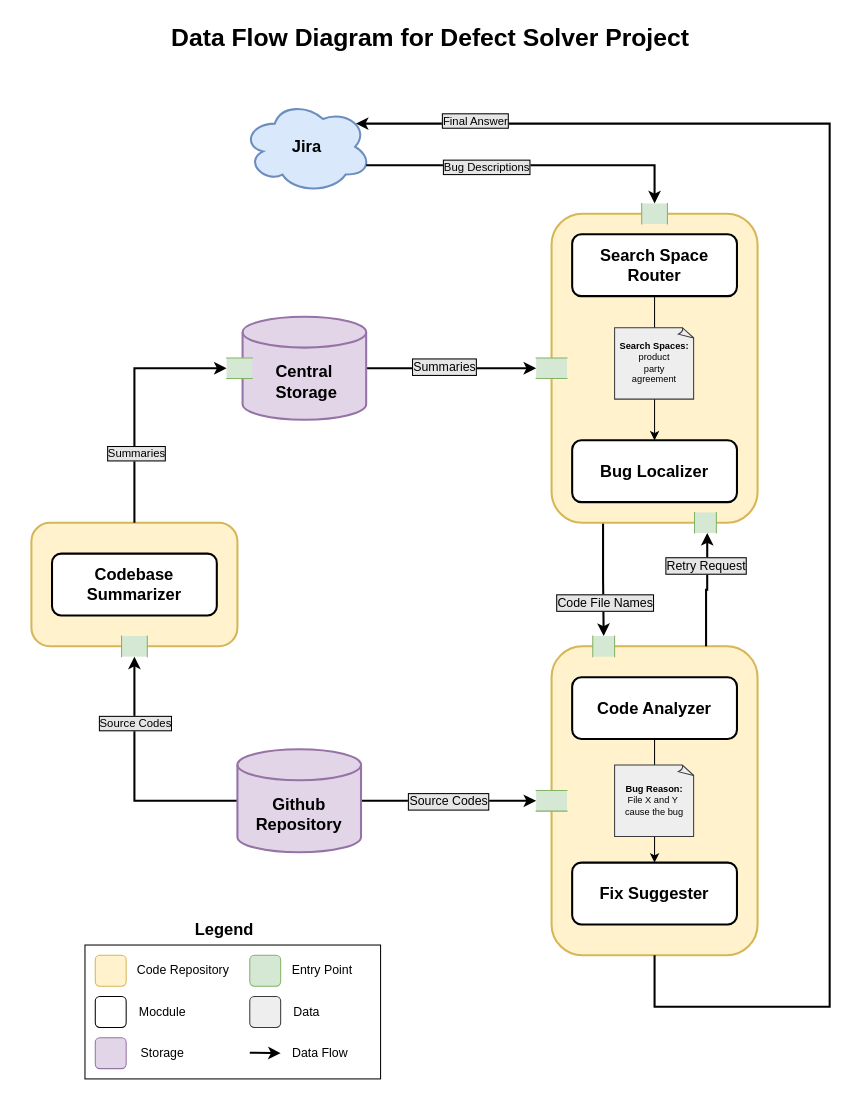
This is page "high-level" (1 of 2) of docs/drawio_diagrams/high-level.drawio from lokumai/defect-solver-guide, a draw.io file, before an edit. Source tidied: cells renumbered, new cells numbered last; positions are measured from the earlier drawing's top-left corner, leaving out a move shared by most shapes. Both pictures are drawn from the tidied source at 103%, with x=0, y=0 at pixel (31, 18).
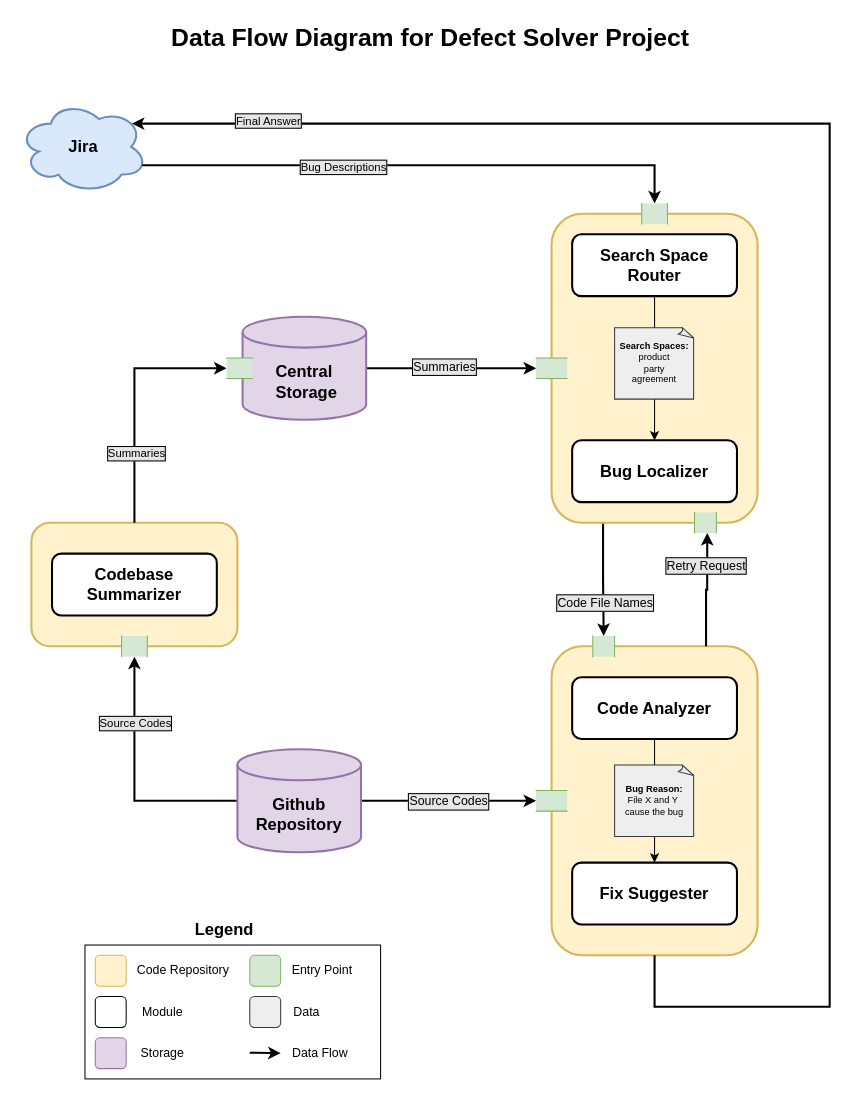
The same page after the edit.

Commit message (it also covers changes not shown here):
feat(docs): add new architecture diagram for MCP integration

What changed in the source:
```diff
@@
     <mxCell id="17" value="Jira" style="ellipse;shape=cloud;whiteSpace=wrap;html=1;fontStyle=1;fontSize=16;fillColor=#dae8fc;strokeColor=#6c8ebf;strokeWidth=2;" parent="1" vertex="1">
-      <mxGeometry x="205" y="80" width="125" height="90" as="geometry" />
+      <mxGeometry x="-12.5" y="80" width="125" height="90" as="geometry" />
     </mxCell>
@@
-    <mxCell id="37" value="Mocdule" style="text;html=1;align=center;verticalAlign=middle;strokeColor=none;fillColor=none;" parent="1" vertex="1">
-      <mxGeometry x="92" y="950" width="70" height="30" as="geometry" />
+    <mxCell id="37" value="Module" style="text;html=1;align=center;verticalAlign=middle;strokeColor=none;fillColor=none;" parent="1" vertex="1">
+      <mxGeometry x="97" y="950" width="60" height="30" as="geometry" />
     </mxCell>
```
